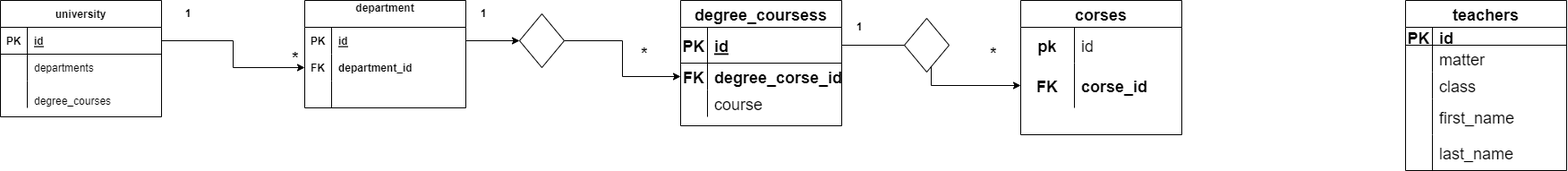
Aciar96/db-university keeps this draw.io diagram as db-universiti.jpg.drawio.png. Above is the earlier version. Source tidied: cells renumbered, new cells last; positions are measured from the earlier drawing's top-left corner, leaving out a move shared by most shapes.
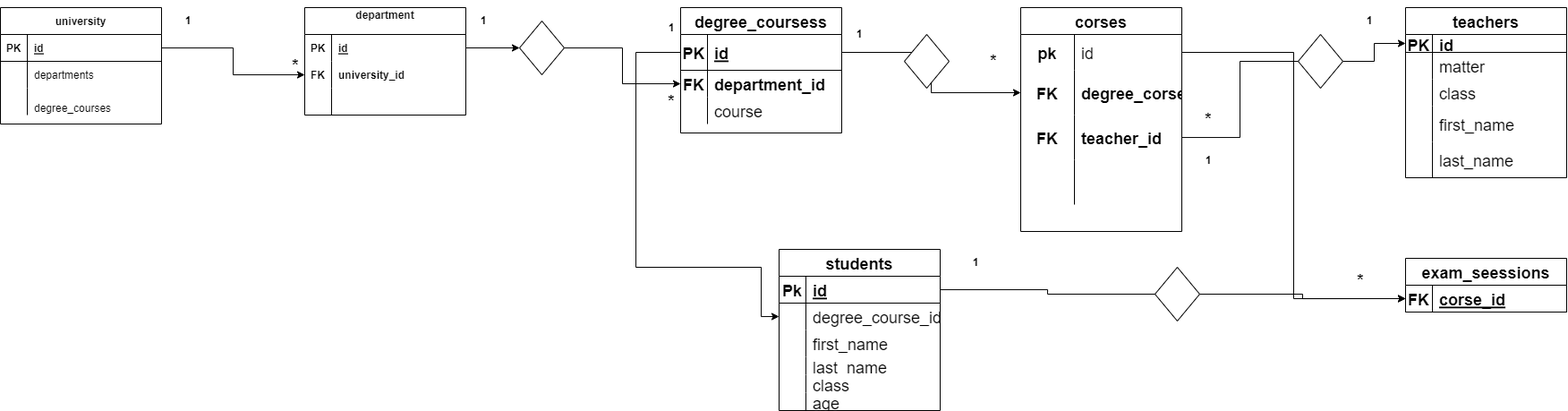
After the change.

Diff of the diagram source:
```diff
@@ -36,7 +36,7 @@
       <mxGeometry x="180" width="60" height="30" as="geometry" />
     </mxCell>
     <mxCell id="13" value="&lt;font style=&quot;font-size: 18px;&quot;&gt;*&lt;/font&gt;" style="text;html=1;strokeColor=none;fillColor=none;align=center;verticalAlign=middle;whiteSpace=wrap;rounded=0;fontStyle=1;" parent="1" vertex="1">
-      <mxGeometry x="690" y="45" width="60" height="30" as="geometry" />
+      <mxGeometry x="720" y="90" width="60" height="30" as="geometry" />
     </mxCell>
     <mxCell id="14" value="1" style="text;html=1;strokeColor=none;fillColor=none;align=center;verticalAlign=middle;whiteSpace=wrap;rounded=0;fontStyle=1;" parent="1" vertex="1">
       <mxGeometry x="510" width="60" height="30" as="geometry" />
@@ -62,7 +62,7 @@
     <mxCell id="21" value="FK" style="shape=partialRectangle;fillColor=none;top=0;left=0;bottom=0;right=0;overflow=hidden;fontStyle=1;" parent="20" vertex="1">
       <mxGeometry width="30" height="30" as="geometry" />
     </mxCell>
-    <mxCell id="22" value="department_id" style="shape=partialRectangle;fillColor=none;top=0;left=0;bottom=0;right=0;align=left;spacingLeft=6;overflow=hidden;fontStyle=1;" parent="20" vertex="1">
+    <mxCell id="22" value="university_id" style="shape=partialRectangle;fillColor=none;top=0;left=0;bottom=0;right=0;align=left;spacingLeft=6;overflow=hidden;fontStyle=1;" parent="20" vertex="1">
       <mxGeometry x="30" width="150" height="30" as="geometry" />
     </mxCell>
     <mxCell id="23" style="shape=tableRow;horizontal=0;startSize=0;swimlaneHead=0;swimlaneBody=0;fillColor=none;top=0;left=0;right=0;bottom=0;" parent="16" vertex="1">
@@ -92,7 +92,7 @@
     <mxCell id="31" value="FK" style="shape=partialRectangle;fillColor=none;top=0;left=0;bottom=0;right=0;overflow=hidden;fontSize=18;fontStyle=1;" parent="30" vertex="1">
       <mxGeometry width="30" height="30" as="geometry" />
     </mxCell>
-    <mxCell id="32" value="degree_corse_id" style="shape=partialRectangle;fillColor=none;top=0;left=0;bottom=0;right=0;align=left;spacingLeft=6;overflow=hidden;fontSize=18;fontStyle=1;" parent="30" vertex="1">
+    <mxCell id="32" value="department_id" style="shape=partialRectangle;fillColor=none;top=0;left=0;bottom=0;right=0;align=left;spacingLeft=6;overflow=hidden;fontSize=18;fontStyle=1;" parent="30" vertex="1">
       <mxGeometry x="30" width="150" height="30" as="geometry" />
     </mxCell>
     <mxCell id="33" style="shape=tableRow;horizontal=0;startSize=0;swimlaneHead=0;swimlaneBody=0;fillColor=none;top=0;left=0;right=0;bottom=0;fontSize=18;" parent="26" vertex="1">
@@ -111,7 +111,7 @@
       <mxGeometry x="580" y="15" width="50" height="60" as="geometry" />
     </mxCell>
     <mxCell id="38" value="corses" style="shape=table;startSize=30;rowLines=0;fontStyle=1;align=center;fontSize=18;" parent="1" vertex="1">
-      <mxGeometry x="1140" width="180" height="150" as="geometry" />
+      <mxGeometry x="1140" width="180" height="250" as="geometry" />
     </mxCell>
     <mxCell id="39" style="shape=tableRow;horizontal=0;startSize=0;swimlaneHead=0;swimlaneBody=0;fillColor=none;points=[[0,0.5],[1,0.5]];portConstraint=eastwest;top=0;left=0;right=0;bottom=0;fontSize=18;" parent="38" vertex="1">
       <mxGeometry y="30" width="180" height="40" as="geometry" />
@@ -128,9 +128,27 @@
     <mxCell id="43" value="FK" style="shape=partialRectangle;fillColor=none;top=0;left=0;bottom=0;right=0;overflow=hidden;fontSize=18;fontStyle=1;" parent="42" vertex="1">
       <mxGeometry width="60" height="50" as="geometry" />
     </mxCell>
-    <mxCell id="44" value="corse_id" style="shape=partialRectangle;fillColor=none;top=0;left=0;bottom=0;right=0;align=left;spacingLeft=6;overflow=hidden;fontSize=18;fontStyle=1;" parent="42" vertex="1">
+    <mxCell id="44" value="degree_corse_id" style="shape=partialRectangle;fillColor=none;top=0;left=0;bottom=0;right=0;align=left;spacingLeft=6;overflow=hidden;fontSize=18;fontStyle=1;" parent="42" vertex="1">
       <mxGeometry x="60" width="120" height="50" as="geometry" />
     </mxCell>
+    <mxCell id="67" style="shape=tableRow;horizontal=0;startSize=0;swimlaneHead=0;swimlaneBody=0;fillColor=none;points=[[0,0.5],[1,0.5]];portConstraint=eastwest;top=0;left=0;right=0;bottom=0;fontSize=18;" parent="38" vertex="1">
+      <mxGeometry y="120" width="180" height="50" as="geometry" />
+    </mxCell>
+    <mxCell id="68" value="FK" style="shape=partialRectangle;fillColor=none;top=0;left=0;bottom=0;right=0;overflow=hidden;fontSize=18;fontStyle=1;" parent="67" vertex="1">
+      <mxGeometry width="60" height="50" as="geometry" />
+    </mxCell>
+    <mxCell id="69" value="teacher_id" style="shape=partialRectangle;fillColor=none;top=0;left=0;bottom=0;right=0;align=left;spacingLeft=6;overflow=hidden;fontSize=18;fontStyle=1;" parent="67" vertex="1">
+      <mxGeometry x="60" width="120" height="50" as="geometry" />
+    </mxCell>
+    <mxCell id="70" style="shape=tableRow;horizontal=0;startSize=0;swimlaneHead=0;swimlaneBody=0;fillColor=none;top=0;left=0;right=0;bottom=0;fontSize=18;" parent="38" vertex="1">
+      <mxGeometry y="170" width="180" height="50" as="geometry" />
+    </mxCell>
+    <mxCell id="71" style="shape=partialRectangle;fillColor=none;top=0;left=0;bottom=0;right=0;overflow=hidden;fontSize=18;fontStyle=1;" parent="70" vertex="1">
+      <mxGeometry width="60" height="50" as="geometry" />
+    </mxCell>
+    <mxCell id="72" style="shape=partialRectangle;fillColor=none;top=0;left=0;bottom=0;right=0;align=left;spacingLeft=6;overflow=hidden;fontSize=18;fontStyle=0;" parent="70" vertex="1">
+      <mxGeometry x="60" width="120" height="50" as="geometry" />
+    </mxCell>
     <mxCell id="45" value="1" style="text;html=1;strokeColor=none;fillColor=none;align=center;verticalAlign=middle;whiteSpace=wrap;rounded=0;fontStyle=1;" parent="1" vertex="1">
       <mxGeometry x="930" y="15" width="60" height="30" as="geometry" />
     </mxCell>
@@ -197,7 +215,125 @@
       <mxGeometry relative="1" as="geometry" />
     </mxCell>
     <mxCell id="66" style="rhombus;whiteSpace=wrap;html=1;fontSize=18;" parent="1" vertex="1">
-      <mxGeometry x="1010" y="20" width="50" height="60" as="geometry" />
+      <mxGeometry x="1010" y="30" width="50" height="60" as="geometry" />
     </mxCell>
+    <mxCell id="73" value="1" style="text;html=1;strokeColor=none;fillColor=none;align=center;verticalAlign=middle;whiteSpace=wrap;rounded=0;fontStyle=1;" parent="1" vertex="1">
+      <mxGeometry x="1500" y="-7.5" width="60" height="45" as="geometry" />
+    </mxCell>
+    <mxCell id="74" value="&lt;font style=&quot;font-size: 18px;&quot;&gt;*&lt;/font&gt;" style="text;html=1;strokeColor=none;fillColor=none;align=center;verticalAlign=middle;whiteSpace=wrap;rounded=0;fontStyle=1;" parent="1" vertex="1">
+      <mxGeometry x="1320" y="110" width="60" height="30" as="geometry" />
+    </mxCell>
+    <mxCell id="75" value="1" style="text;html=1;strokeColor=none;fillColor=none;align=center;verticalAlign=middle;whiteSpace=wrap;rounded=0;fontStyle=1;" parent="1" vertex="1">
+      <mxGeometry x="1320" y="160" width="60" height="22.5" as="geometry" />
+    </mxCell>
+    <mxCell id="76" value="&lt;font style=&quot;font-size: 18px;&quot;&gt;*&lt;/font&gt;" style="text;html=1;strokeColor=none;fillColor=none;align=center;verticalAlign=middle;whiteSpace=wrap;rounded=0;fontStyle=1;" parent="1" vertex="1">
+      <mxGeometry x="1490" y="290" width="60" height="30" as="geometry" />
+    </mxCell>
+    <mxCell id="77" style="edgeStyle=orthogonalEdgeStyle;rounded=0;jettySize=auto;html=1;entryX=0;entryY=0.5;entryDx=0;entryDy=0;fontSize=18;" parent="1" edge="1" source="78" target="47">
+      <mxGeometry relative="1" as="geometry" />
+    </mxCell>
+    <mxCell id="78" style="rhombus;whiteSpace=wrap;html=1;fontSize=18;" parent="1" vertex="1">
+      <mxGeometry x="1450" y="30" width="50" height="60" as="geometry" />
+    </mxCell>
+    <mxCell id="79" style="edgeStyle=orthogonalEdgeStyle;rounded=0;jettySize=auto;html=1;fontSize=18;entryX=0;entryY=0.5;entryDx=0;entryDy=0;endArrow=none;" parent="1" edge="1" source="67" target="78">
+      <mxGeometry relative="1" as="geometry" />
+    </mxCell>
+    <mxCell id="80" style="edgeStyle=orthogonalEdgeStyle;rounded=0;jettySize=auto;html=1;entryX=0;entryY=0.5;entryDx=0;entryDy=0;fontSize=18;" parent="1" edge="1" source="39" target="105">
+      <mxGeometry relative="1" as="geometry" />
+    </mxCell>
+    <mxCell id="81" value="students" style="shape=table;startSize=30;rowLines=0;fontStyle=1;align=center;fontSize=18;" parent="1" vertex="1">
+      <mxGeometry x="870" y="270" width="180" height="180" as="geometry" />
+    </mxCell>
+    <mxCell id="82" style="shape=tableRow;horizontal=0;startSize=0;swimlaneHead=0;swimlaneBody=0;fillColor=none;points=[[0,0.5],[1,0.5]];portConstraint=eastwest;top=0;left=0;right=0;bottom=1;fontSize=18;" parent="81" vertex="1">
+      <mxGeometry y="30" width="180" height="30" as="geometry" />
+    </mxCell>
+    <mxCell id="83" value="Pk" style="shape=partialRectangle;fillColor=none;top=0;left=0;bottom=0;right=0;fontStyle=1;overflow=hidden;fontSize=18;" parent="82" vertex="1">
+      <mxGeometry width="30" height="30" as="geometry" />
+    </mxCell>
+    <mxCell id="84" value="id" style="shape=partialRectangle;fillColor=none;top=0;left=0;bottom=0;right=0;align=left;spacingLeft=6;fontStyle=5;overflow=hidden;fontSize=18;" parent="82" vertex="1">
+      <mxGeometry x="30" width="150" height="30" as="geometry" />
+    </mxCell>
+    <mxCell id="85" style="shape=tableRow;horizontal=0;startSize=0;swimlaneHead=0;swimlaneBody=0;fillColor=none;points=[[0,0.5],[1,0.5]];portConstraint=eastwest;top=0;left=0;right=0;bottom=0;fontSize=18;" parent="81" vertex="1">
+      <mxGeometry y="60" width="180" height="30" as="geometry" />
+    </mxCell>
+    <mxCell id="86" style="shape=partialRectangle;fillColor=none;top=0;left=0;bottom=0;right=0;overflow=hidden;fontSize=18;" parent="85" vertex="1">
+      <mxGeometry width="30" height="30" as="geometry" />
+    </mxCell>
+    <mxCell id="87" value="degree_course_id" style="shape=partialRectangle;fillColor=none;top=0;left=0;bottom=0;right=0;align=left;spacingLeft=6;overflow=hidden;fontSize=18;" parent="85" vertex="1">
+      <mxGeometry x="30" width="150" height="30" as="geometry" />
+    </mxCell>
+    <mxCell id="88" style="shape=tableRow;horizontal=0;startSize=0;swimlaneHead=0;swimlaneBody=0;fillColor=none;top=0;left=0;right=0;bottom=0;fontSize=18;" parent="81" vertex="1">
+      <mxGeometry y="90" width="180" height="30" as="geometry" />
+    </mxCell>
+    <mxCell id="89" style="shape=partialRectangle;fillColor=none;top=0;left=0;bottom=0;right=0;overflow=hidden;fontSize=18;" parent="88" vertex="1">
+      <mxGeometry width="30" height="30" as="geometry" />
+    </mxCell>
+    <mxCell id="90" value="first_name" style="shape=partialRectangle;fillColor=none;top=0;left=0;bottom=0;right=0;align=left;spacingLeft=6;overflow=hidden;fontSize=18;" parent="88" vertex="1">
+      <mxGeometry x="30" width="150" height="30" as="geometry" />
+    </mxCell>
+    <mxCell id="91" style="shape=tableRow;horizontal=0;startSize=0;swimlaneHead=0;swimlaneBody=0;fillColor=none;top=0;left=0;right=0;bottom=0;fontSize=18;" parent="81" vertex="1">
+      <mxGeometry y="120" width="180" height="20" as="geometry" />
+    </mxCell>
+    <mxCell id="92" style="shape=partialRectangle;fillColor=none;top=0;left=0;bottom=0;right=0;overflow=hidden;fontSize=18;" parent="91" vertex="1">
+      <mxGeometry width="30" height="20" as="geometry" />
+    </mxCell>
+    <mxCell id="93" value="last_name" style="shape=partialRectangle;fillColor=none;top=0;left=0;bottom=0;right=0;align=left;spacingLeft=6;overflow=hidden;fontSize=18;" parent="91" vertex="1">
+      <mxGeometry x="30" width="150" height="20" as="geometry" />
+    </mxCell>
+    <mxCell id="94" style="shape=tableRow;horizontal=0;startSize=0;swimlaneHead=0;swimlaneBody=0;fillColor=none;top=0;left=0;right=0;bottom=0;fontSize=18;" parent="81" vertex="1">
+      <mxGeometry y="140" width="180" height="20" as="geometry" />
+    </mxCell>
+    <mxCell id="95" style="shape=partialRectangle;fillColor=none;top=0;left=0;bottom=0;right=0;overflow=hidden;fontSize=18;" parent="94" vertex="1">
+      <mxGeometry width="30" height="20" as="geometry" />
+    </mxCell>
+    <mxCell id="96" value="class" style="shape=partialRectangle;fillColor=none;top=0;left=0;bottom=0;right=0;align=left;spacingLeft=6;overflow=hidden;fontSize=18;" parent="94" vertex="1">
+      <mxGeometry x="30" width="150" height="20" as="geometry" />
+    </mxCell>
+    <mxCell id="97" style="shape=tableRow;horizontal=0;startSize=0;swimlaneHead=0;swimlaneBody=0;fillColor=none;top=0;left=0;right=0;bottom=0;fontSize=18;" parent="81" vertex="1">
+      <mxGeometry y="160" width="180" height="20" as="geometry" />
+    </mxCell>
+    <mxCell id="98" style="shape=partialRectangle;fillColor=none;top=0;left=0;bottom=0;right=0;overflow=hidden;fontSize=18;" parent="97" vertex="1">
+      <mxGeometry width="30" height="20" as="geometry" />
+    </mxCell>
+    <mxCell id="99" value="age" style="shape=partialRectangle;fillColor=none;top=0;left=0;bottom=0;right=0;align=left;spacingLeft=6;overflow=hidden;fontSize=18;" parent="97" vertex="1">
+      <mxGeometry x="30" width="150" height="20" as="geometry" />
+    </mxCell>
+    <mxCell id="100" style="edgeStyle=orthogonalEdgeStyle;rounded=0;jettySize=auto;html=1;entryX=0;entryY=0.5;entryDx=0;entryDy=0;fontSize=18;" parent="1" edge="1" source="27" target="85">
+      <mxGeometry relative="1" as="geometry">
+        <Array as="points">
+          <mxPoint x="710" y="50" />
+          <mxPoint x="710" y="290" />
+          <mxPoint x="850" y="290" />
+          <mxPoint x="850" y="345" />
+        </Array>
+      </mxGeometry>
+    </mxCell>
+    <mxCell id="101" value="1" style="text;html=1;strokeColor=none;fillColor=none;align=center;verticalAlign=middle;whiteSpace=wrap;rounded=0;fontStyle=1;" parent="1" vertex="1">
+      <mxGeometry x="720" y="7.5" width="60" height="30" as="geometry" />
+    </mxCell>
+    <mxCell id="102" style="edgeStyle=orthogonalEdgeStyle;rounded=0;jettySize=auto;html=1;entryX=0;entryY=0.5;entryDx=0;entryDy=0;fontSize=18;startArrow=none;" parent="1" edge="1" source="108" target="105">
+      <mxGeometry relative="1" as="geometry" />
+    </mxCell>
+    <mxCell id="103" value="1" style="text;html=1;strokeColor=none;fillColor=none;align=center;verticalAlign=middle;whiteSpace=wrap;rounded=0;fontStyle=1;" parent="1" vertex="1">
+      <mxGeometry x="1060" y="270" width="60" height="30" as="geometry" />
+    </mxCell>
+    <mxCell id="104" value="exam_seessions" style="shape=table;startSize=30;rowLines=0;fontStyle=1;align=center;fontSize=18;" parent="1" vertex="1">
+      <mxGeometry x="1570" y="280" width="180" height="60" as="geometry" />
+    </mxCell>
+    <mxCell id="105" style="shape=tableRow;horizontal=0;startSize=0;swimlaneHead=0;swimlaneBody=0;fillColor=none;points=[[0,0.5],[1,0.5]];portConstraint=eastwest;top=0;left=0;right=0;bottom=1;fontSize=18;" parent="104" vertex="1">
+      <mxGeometry y="30" width="180" height="30" as="geometry" />
+    </mxCell>
+    <mxCell id="106" value="FK" style="shape=partialRectangle;fillColor=none;top=0;left=0;bottom=0;right=0;fontStyle=1;overflow=hidden;fontSize=18;" parent="105" vertex="1">
+      <mxGeometry width="30" height="30" as="geometry" />
+    </mxCell>
+    <mxCell id="107" value="corse_id" style="shape=partialRectangle;fillColor=none;top=0;left=0;bottom=0;right=0;align=left;spacingLeft=6;fontStyle=5;overflow=hidden;fontSize=18;" parent="105" vertex="1">
+      <mxGeometry x="30" width="150" height="30" as="geometry" />
+    </mxCell>
+    <mxCell id="108" style="rhombus;whiteSpace=wrap;html=1;fontSize=18;" parent="1" vertex="1">
+      <mxGeometry x="1290" y="290" width="50" height="60" as="geometry" />
+    </mxCell>
+    <mxCell id="109" style="edgeStyle=orthogonalEdgeStyle;rounded=0;jettySize=auto;html=1;entryX=0;entryY=0.5;entryDx=0;entryDy=0;fontSize=18;endArrow=none;" parent="1" edge="1" source="82" target="108">
+      <mxGeometry relative="1" as="geometry" />
+    </mxCell>
   </root>
 </mxGraphModel>
```
